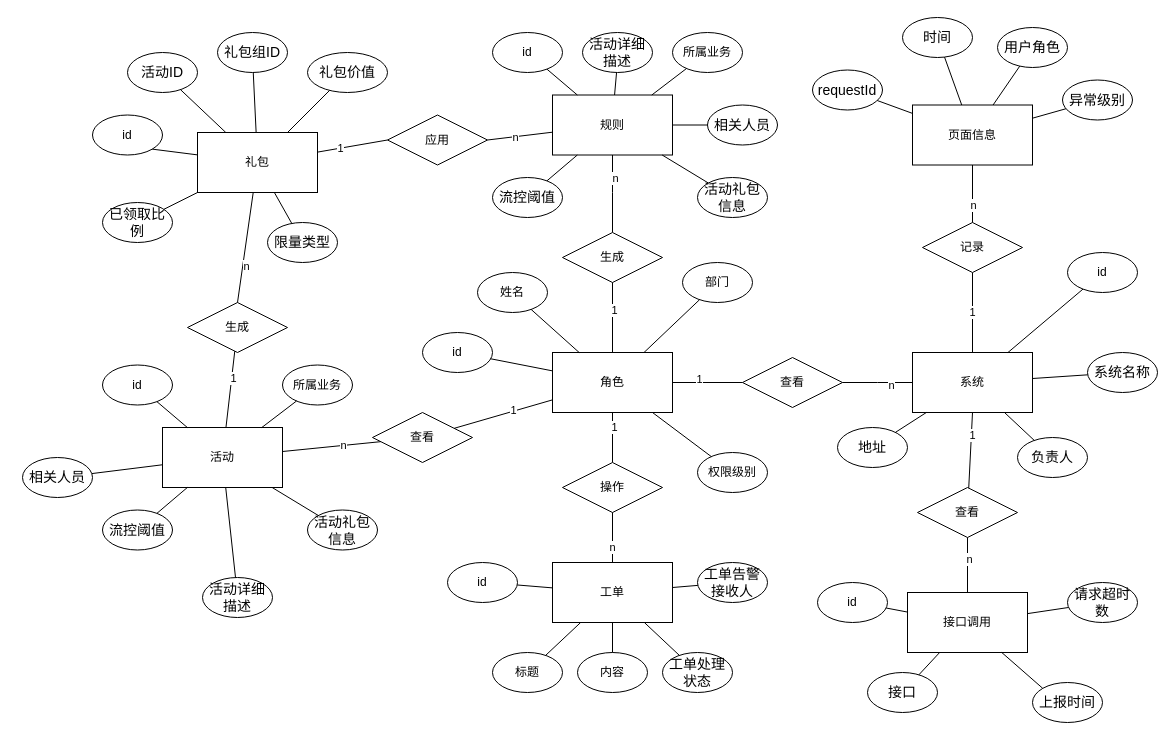
Earlier version of the draw.io diagram 数据库E-R图.drawio (FelixTt/repositoryForDraw.io). Source tidied: cells renumbered, new cells numbered last; positions are measured from the earlier drawing's top-left corner, leaving out a move shared by most shapes. Both pictures are drawn from the tidied source at 100%, with x=0, y=0 at pixel (22, 17).
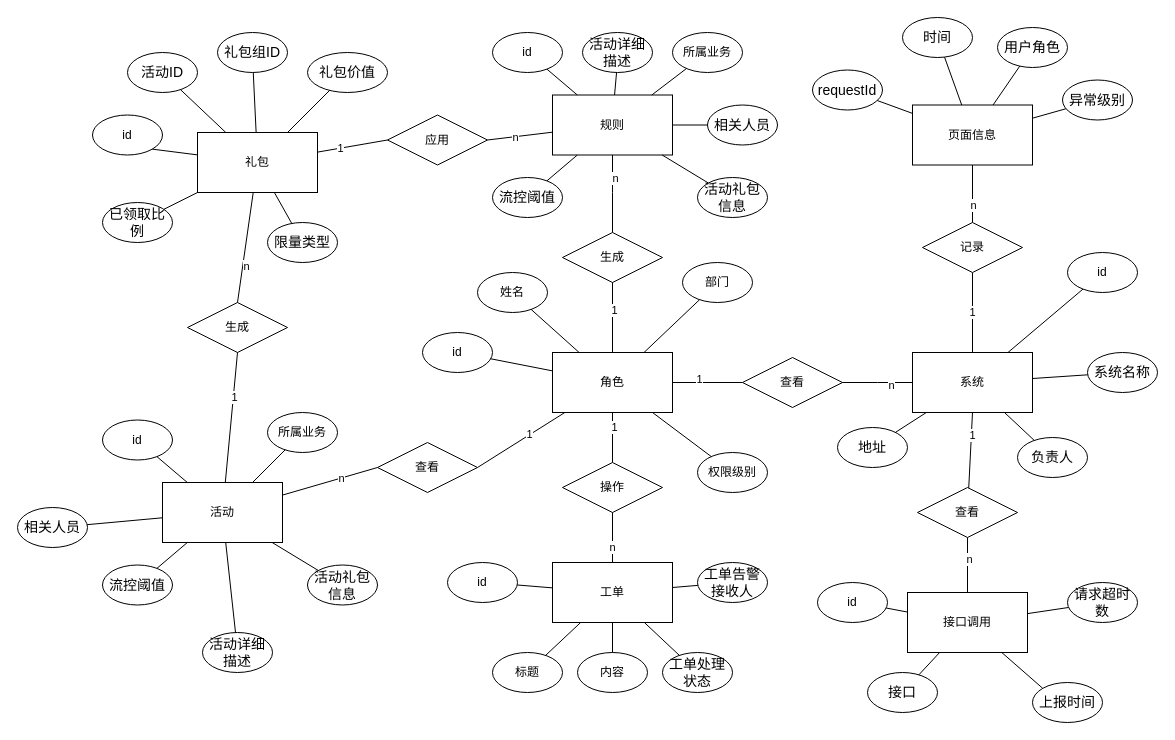
Above is the later version.

Commit message (it also covers changes not shown here):
更新数据库E-R图.drawio

The change refers to these unchanged cells:
```xml
<mxCell id="2" value="角色" style="rounded=0;whiteSpace=wrap;html=1;" parent="1" vertex="1">
  <mxGeometry x="530" y="335" width="120" height="60" as="geometry" />
</mxCell>
<mxCell id="22" value="生成" style="rhombus;whiteSpace=wrap;html=1;" parent="1" vertex="1">
  <mxGeometry x="165" y="285" width="100" height="50" as="geometry" />
</mxCell>
```

Diff of the diagram source:
```diff
@@
     <mxCell id="4" value="活动" style="rounded=0;whiteSpace=wrap;html=1;" parent="1" vertex="1">
-      <mxGeometry x="140" y="410" width="120" height="60" as="geometry" />
+      <mxGeometry x="140" y="465" width="120" height="60" as="geometry" />
     </mxCell>
@@
     <mxCell id="17" value="查看" style="rhombus;whiteSpace=wrap;html=1;" parent="1" vertex="1">
-      <mxGeometry x="350" y="395" width="100" height="50" as="geometry" />
+      <mxGeometry x="355" y="425" width="100" height="50" as="geometry" />
     </mxCell>
-    <mxCell id="18" style="endArrow=none;html=1;rounded=0;" parent="1" edge="1" source="17" target="2">
+    <mxCell id="18" style="endArrow=none;html=1;rounded=0;exitX=1;exitY=0.5;exitDx=0;exitDy=0;" parent="1" edge="1" source="17" target="2">
       <mxGeometry relative="1" as="geometry" />
     </mxCell>
@@
-    <mxCell id="20" style="endArrow=none;html=1;rounded=0;" parent="1" edge="1" source="17" target="4">
+    <mxCell id="20" style="endArrow=none;html=1;rounded=0;exitX=0;exitY=0.5;exitDx=0;exitDy=0;" parent="1" edge="1" source="17" target="4">
       <mxGeometry relative="1" as="geometry" />
     </mxCell>
@@
-    <mxCell id="23" style="endArrow=none;html=1;rounded=0;" parent="1" edge="1" source="22" target="4">
+    <mxCell id="23" style="endArrow=none;html=1;rounded=0;exitX=0.5;exitY=1;exitDx=0;exitDy=0;" parent="1" edge="1" source="22" target="4">
       <mxGeometry relative="1" as="geometry" />
     </mxCell>
@@
     <mxCell id="54" value="id" style="ellipse;whiteSpace=wrap;html=1;" parent="1" vertex="1">
-      <mxGeometry x="80" y="347.5" width="70" height="40" as="geometry" />
+      <mxGeometry x="80" y="402.5" width="70" height="40" as="geometry" />
     </mxCell>
     <mxCell id="55" value="&lt;p class=&quot;MsoNormal&quot;&gt;&lt;span style=&quot;mso-spacerun:'yes';font-family:宋体;font-size:10.5000pt;&lt;br/&gt;mso-font-kerning:1.0000pt;&quot;&gt;活动详细描述&lt;/span&gt;&lt;/p&gt;" style="ellipse;whiteSpace=wrap;html=1;" parent="1" vertex="1">
-      <mxGeometry x="180" y="560" width="70" height="40" as="geometry" />
+      <mxGeometry x="180" y="615" width="70" height="40" as="geometry" />
     </mxCell>
     <mxCell id="56" value="&lt;p class=&quot;MsoNormal&quot;&gt;所属业务&lt;/p&gt;" style="ellipse;whiteSpace=wrap;html=1;" parent="1" vertex="1">
-      <mxGeometry x="260" y="347.5" width="70" height="40" as="geometry" />
+      <mxGeometry x="245" y="395" width="70" height="40" as="geometry" />
     </mxCell>
     <mxCell id="57" value="&lt;p class=&quot;MsoNormal&quot;&gt;&lt;span style=&quot;mso-spacerun:'yes';font-family:宋体;font-size:10.5000pt;&lt;br/&gt;mso-font-kerning:1.0000pt;&quot;&gt;相关人员&lt;/span&gt;&lt;/p&gt;" style="ellipse;whiteSpace=wrap;html=1;" parent="1" vertex="1">
-      <mxGeometry y="440" width="70" height="40" as="geometry" />
+      <mxGeometry x="-5" y="490" width="70" height="40" as="geometry" />
     </mxCell>
     <mxCell id="58" value="&lt;p class=&quot;MsoNormal&quot;&gt;&lt;span style=&quot;mso-spacerun:'yes';font-family:宋体;font-size:10.5000pt;&lt;br/&gt;mso-font-kerning:1.0000pt;&quot;&gt;流控阈值&lt;/span&gt;&lt;/p&gt;" style="ellipse;whiteSpace=wrap;html=1;" parent="1" vertex="1">
-      <mxGeometry x="80" y="492.5" width="70" height="40" as="geometry" />
+      <mxGeometry x="80" y="547.5" width="70" height="40" as="geometry" />
     </mxCell>
     <mxCell id="59" value="&lt;p class=&quot;MsoNormal&quot;&gt;&lt;span style=&quot;mso-spacerun:'yes';font-family:宋体;font-size:10.5000pt;&lt;br/&gt;mso-font-kerning:1.0000pt;&quot;&gt;活动礼包信息&lt;/span&gt;&lt;/p&gt;" style="ellipse;whiteSpace=wrap;html=1;" parent="1" vertex="1">
-      <mxGeometry x="285" y="492.5" width="70" height="40" as="geometry" />
+      <mxGeometry x="285" y="547.5" width="70" height="40" as="geometry" />
     </mxCell>
```
